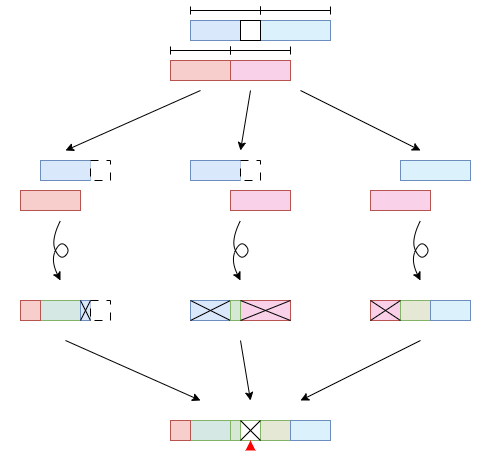
The draw.io diagram illustrations/leakage.png in tongyul/merge-parallel, before a commit. Source tidied: cells renumbered, new cells last; positions are measured from the earlier drawing's top-left corner, leaving out a move shared by most shapes. Its diagram source:
```xml
<mxGraphModel>
  <root>
    <mxCell id="0" />
    <mxCell id="1" parent="0" />
    <mxCell id="2" style="swimlane;startSize=0;fontColor=default;strokeColor=none;" parent="1" vertex="1">
      <mxGeometry x="150" width="200" height="90" as="geometry" />
    </mxCell>
    <mxCell id="3" style="rounded=0;whiteSpace=wrap;html=1;fillColor=#dae8fc;strokeColor=#6c8ebf;" parent="2" vertex="1">
      <mxGeometry x="40" y="20" width="50" height="20" as="geometry" />
    </mxCell>
    <mxCell id="4" style="rounded=0;whiteSpace=wrap;html=1;fillColor=#f8cecc;strokeColor=#b85450;" parent="2" vertex="1">
      <mxGeometry x="20" y="60" width="60" height="20" as="geometry" />
    </mxCell>
    <mxCell id="5" style="endArrow=baseDash;startArrow=baseDash;html=1;rounded=0;endFill=0;startFill=0;exitX=0.5;exitY=0;exitDx=0;exitDy=0;entryX=1;entryY=0;entryDx=0;entryDy=0;" parent="2" edge="1">
      <mxGeometry relative="1" as="geometry">
        <mxPoint x="110" y="10" as="sourcePoint" />
        <mxPoint x="180" y="10" as="targetPoint" />
      </mxGeometry>
    </mxCell>
    <mxCell id="6" style="endArrow=baseDash;startArrow=baseDash;html=1;rounded=0;endFill=0;startFill=0;exitX=0.5;exitY=0;exitDx=0;exitDy=0;entryX=1;entryY=0;entryDx=0;entryDy=0;" parent="2" edge="1">
      <mxGeometry relative="1" as="geometry">
        <mxPoint x="40" y="10" as="sourcePoint" />
        <mxPoint x="110" y="10" as="targetPoint" />
      </mxGeometry>
    </mxCell>
    <mxCell id="7" style="endArrow=baseDash;startArrow=baseDash;html=1;rounded=0;endFill=0;startFill=0;" parent="2" edge="1">
      <mxGeometry relative="1" as="geometry">
        <mxPoint x="80" y="50" as="sourcePoint" />
        <mxPoint x="140" y="50" as="targetPoint" />
      </mxGeometry>
    </mxCell>
    <mxCell id="8" style="endArrow=baseDash;startArrow=baseDash;html=1;rounded=0;endFill=0;startFill=0;exitX=0.5;exitY=0;exitDx=0;exitDy=0;" parent="2" edge="1">
      <mxGeometry relative="1" as="geometry">
        <mxPoint x="20" y="50" as="sourcePoint" />
        <mxPoint x="80" y="50" as="targetPoint" />
      </mxGeometry>
    </mxCell>
    <mxCell id="9" style="rounded=0;whiteSpace=wrap;html=1;fillColor=#DBF2FC;strokeColor=#6c8ebf;" parent="2" vertex="1">
      <mxGeometry x="110" y="20" width="70" height="20" as="geometry" />
    </mxCell>
    <mxCell id="10" style="rounded=0;whiteSpace=wrap;html=1;fillColor=#f9d2e9;strokeColor=#b85450;" parent="2" vertex="1">
      <mxGeometry x="80" y="60" width="60" height="20" as="geometry" />
    </mxCell>
    <mxCell id="11" style="rounded=0;whiteSpace=wrap;html=1;" parent="2" vertex="1">
      <mxGeometry x="90" y="20" width="20" height="20" as="geometry" />
    </mxCell>
    <mxCell id="12" style="swimlane;startSize=0;fontColor=default;strokeColor=none;" parent="1" vertex="1">
      <mxGeometry y="150" width="130" height="70" as="geometry" />
    </mxCell>
    <mxCell id="13" style="rounded=0;whiteSpace=wrap;html=1;fillColor=#dae8fc;strokeColor=#6c8ebf;" parent="12" vertex="1">
      <mxGeometry x="40" y="10" width="50" height="20" as="geometry" />
    </mxCell>
    <mxCell id="14" style="rounded=0;whiteSpace=wrap;html=1;fillColor=#f8cecc;strokeColor=#b85450;" parent="12" vertex="1">
      <mxGeometry x="20" y="40" width="60" height="20" as="geometry" />
    </mxCell>
    <mxCell id="15" style="rounded=0;whiteSpace=wrap;html=1;dashed=1;dashPattern=8 8;" parent="12" vertex="1">
      <mxGeometry x="90" y="10" width="20" height="20" as="geometry" />
    </mxCell>
    <mxCell id="16" style="swimlane;startSize=0;fontColor=default;strokeColor=none;" parent="1" vertex="1">
      <mxGeometry x="350" y="150" width="140" height="70" as="geometry" />
    </mxCell>
    <mxCell id="17" style="rounded=0;whiteSpace=wrap;html=1;fillColor=#dbf2fc;strokeColor=#6c8ebf;" parent="16" vertex="1">
      <mxGeometry x="50" y="10" width="70" height="20" as="geometry" />
    </mxCell>
    <mxCell id="18" style="rounded=0;whiteSpace=wrap;html=1;fillColor=#f9d1e9;strokeColor=#b85450;" parent="16" vertex="1">
      <mxGeometry x="20" y="40" width="60" height="20" as="geometry" />
    </mxCell>
    <mxCell id="19" style="endArrow=classic;html=1;rounded=0;exitX=0.25;exitY=1;exitDx=0;exitDy=0;entryX=0.5;entryY=0;entryDx=0;entryDy=0;" parent="1" edge="1" source="2" target="12">
      <mxGeometry relative="1" as="geometry" />
    </mxCell>
    <mxCell id="20" style="endArrow=classic;html=1;rounded=0;exitX=0.75;exitY=1;exitDx=0;exitDy=0;entryX=0.5;entryY=0;entryDx=0;entryDy=0;" parent="1" edge="1" source="2" target="16">
      <mxGeometry relative="1" as="geometry" />
    </mxCell>
    <mxCell id="21" style="swimlane;startSize=0;strokeColor=none;" parent="1" vertex="1">
      <mxGeometry y="280" width="130" height="60" as="geometry" />
    </mxCell>
    <mxCell id="22" style="rounded=0;whiteSpace=wrap;html=1;fillColor=#d5e8e4;strokeColor=#82b366;" parent="21" vertex="1">
      <mxGeometry x="40" y="20" width="40" height="20" as="geometry" />
    </mxCell>
    <mxCell id="23" style="rounded=0;whiteSpace=wrap;html=1;fillColor=#dae8fc;strokeColor=#6c8ebf;" parent="21" vertex="1">
      <mxGeometry x="80" y="20" width="10" height="20" as="geometry" />
    </mxCell>
    <mxCell id="24" style="rounded=0;whiteSpace=wrap;html=1;fillColor=#f8cecc;strokeColor=#b85450;" parent="21" vertex="1">
      <mxGeometry x="20" y="20" width="20" height="20" as="geometry" />
    </mxCell>
    <mxCell id="25" style="rounded=0;whiteSpace=wrap;html=1;dashed=1;dashPattern=8 8;" parent="21" vertex="1">
      <mxGeometry x="90" y="20" width="20" height="20" as="geometry" />
    </mxCell>
    <mxCell id="26" style="swimlane;startSize=0;strokeColor=none;" parent="1" vertex="1">
      <mxGeometry x="350" y="280" width="140" height="60" as="geometry" />
    </mxCell>
    <mxCell id="27" style="rounded=0;whiteSpace=wrap;html=1;fillColor=#fad0e9;strokeColor=#b85450;" parent="26" vertex="1">
      <mxGeometry x="20" y="20" width="30" height="20" as="geometry" />
    </mxCell>
    <mxCell id="28" style="rounded=0;whiteSpace=wrap;html=1;fillColor=#e5e8d4;strokeColor=#82b366;" parent="26" vertex="1">
      <mxGeometry x="50" y="20" width="30" height="20" as="geometry" />
    </mxCell>
    <mxCell id="29" style="group;" parent="26" vertex="1">
      <mxGeometry x="20" y="20" width="30" height="20" as="geometry" />
    </mxCell>
    <mxCell id="30" style="endArrow=none;html=1;rounded=0;entryX=0;entryY=0;entryDx=0;entryDy=0;exitX=1;exitY=0;exitDx=0;exitDy=0;" parent="29" edge="1">
      <mxGeometry relative="1" as="geometry">
        <mxPoint x="30" y="20" as="sourcePoint" />
        <mxPoint as="targetPoint" />
      </mxGeometry>
    </mxCell>
    <mxCell id="31" style="endArrow=none;html=1;rounded=0;entryX=1;entryY=0;entryDx=0;entryDy=0;exitX=0;exitY=0;exitDx=0;exitDy=0;" parent="29" edge="1">
      <mxGeometry relative="1" as="geometry">
        <mxPoint y="20" as="sourcePoint" />
        <mxPoint x="30" as="targetPoint" />
      </mxGeometry>
    </mxCell>
    <mxCell id="32" style="rounded=0;whiteSpace=wrap;html=1;fillColor=#dbf2fc;strokeColor=#6c8ebf;" parent="26" vertex="1">
      <mxGeometry x="80" y="20" width="40" height="20" as="geometry" />
    </mxCell>
    <mxCell id="33" style="curved=1;endArrow=classic;html=1;rounded=0;" parent="1" edge="1">
      <mxGeometry relative="1" as="geometry">
        <mxPoint x="60" y="220" as="sourcePoint" />
        <mxPoint x="60" y="280" as="targetPoint" />
        <Array as="points">
          <mxPoint x="50" y="240" />
          <mxPoint x="60" y="260" />
          <mxPoint x="70" y="250" />
          <mxPoint x="60" y="240" />
          <mxPoint x="50" y="260" />
        </Array>
      </mxGeometry>
    </mxCell>
    <mxCell id="34" style="curved=1;endArrow=classic;html=1;rounded=0;" parent="1" edge="1">
      <mxGeometry relative="1" as="geometry">
        <mxPoint x="420" y="220" as="sourcePoint" />
        <mxPoint x="420" y="280" as="targetPoint" />
        <Array as="points">
          <mxPoint x="410" y="240" />
          <mxPoint x="420" y="260" />
          <mxPoint x="430" y="250" />
          <mxPoint x="420" y="240" />
          <mxPoint x="410" y="260" />
        </Array>
      </mxGeometry>
    </mxCell>
    <mxCell id="35" style="swimlane;startSize=0;fontColor=default;strokeColor=none;" parent="1" vertex="1">
      <mxGeometry x="170" y="150" width="140" height="70" as="geometry" />
    </mxCell>
    <mxCell id="36" style="rounded=0;whiteSpace=wrap;html=1;fillColor=#dae8fc;strokeColor=#6c8ebf;" parent="35" vertex="1">
      <mxGeometry x="20" y="10" width="50" height="20" as="geometry" />
    </mxCell>
    <mxCell id="37" style="rounded=0;whiteSpace=wrap;html=1;fillColor=#f9d2e9;strokeColor=#b85450;" parent="35" vertex="1">
      <mxGeometry x="60" y="40" width="60" height="20" as="geometry" />
    </mxCell>
    <mxCell id="38" style="rounded=0;whiteSpace=wrap;html=1;dashed=1;dashPattern=8 8;" parent="35" vertex="1">
      <mxGeometry x="70" y="10" width="20" height="20" as="geometry" />
    </mxCell>
    <mxCell id="39" style="endArrow=classic;html=1;rounded=0;exitX=0.5;exitY=1;exitDx=0;exitDy=0;entryX=0.5;entryY=0;entryDx=0;entryDy=0;" parent="1" edge="1" source="2" target="35">
      <mxGeometry relative="1" as="geometry" />
    </mxCell>
    <mxCell id="40" style="swimlane;startSize=0;fontColor=default;strokeColor=none;" parent="1" vertex="1">
      <mxGeometry x="170" y="280" width="140" height="60" as="geometry" />
    </mxCell>
    <mxCell id="41" style="rounded=0;whiteSpace=wrap;html=1;fillColor=#dae8fc;strokeColor=#6c8ebf;" parent="40" vertex="1">
      <mxGeometry x="20" y="20" width="40" height="20" as="geometry" />
    </mxCell>
    <mxCell id="42" style="rounded=0;whiteSpace=wrap;html=1;fillColor=#f9d2e9;strokeColor=#b85450;" parent="40" vertex="1">
      <mxGeometry x="70" y="20" width="50" height="20" as="geometry" />
    </mxCell>
    <mxCell id="43" style="group;" parent="40" vertex="1">
      <mxGeometry x="20" y="20" width="40" height="20" as="geometry" />
    </mxCell>
    <mxCell id="44" style="endArrow=none;html=1;rounded=0;entryX=0;entryY=0;entryDx=0;entryDy=0;exitX=1;exitY=0;exitDx=0;exitDy=0;" parent="43" edge="1">
      <mxGeometry relative="1" as="geometry">
        <mxPoint x="40" y="20" as="sourcePoint" />
        <mxPoint as="targetPoint" />
      </mxGeometry>
    </mxCell>
    <mxCell id="45" style="endArrow=none;html=1;rounded=0;entryX=1;entryY=0;entryDx=0;entryDy=0;exitX=0;exitY=0;exitDx=0;exitDy=0;" parent="43" edge="1">
      <mxGeometry relative="1" as="geometry">
        <mxPoint y="20" as="sourcePoint" />
        <mxPoint x="40" as="targetPoint" />
      </mxGeometry>
    </mxCell>
    <mxCell id="46" style="rounded=0;whiteSpace=wrap;html=1;fillColor=#d5e8d4;strokeColor=#82b366;" parent="1" vertex="1">
      <mxGeometry x="230" y="300" width="10" height="20" as="geometry" />
    </mxCell>
    <mxCell id="47" style="curved=1;endArrow=classic;html=1;rounded=0;" parent="1" edge="1">
      <mxGeometry relative="1" as="geometry">
        <mxPoint x="240" y="220" as="sourcePoint" />
        <mxPoint x="240" y="280" as="targetPoint" />
        <Array as="points">
          <mxPoint x="230" y="240" />
          <mxPoint x="240" y="260" />
          <mxPoint x="250" y="250" />
          <mxPoint x="240" y="240" />
          <mxPoint x="230" y="260" />
        </Array>
      </mxGeometry>
    </mxCell>
    <mxCell id="48" style="swimlane;startSize=0;strokeColor=none;" parent="1" vertex="1">
      <mxGeometry x="150" y="400" width="200" height="60" as="geometry" />
    </mxCell>
    <mxCell id="49" style="rounded=0;whiteSpace=wrap;html=1;fillColor=#d6e8e4;strokeColor=#82b366;" parent="48" vertex="1">
      <mxGeometry x="40" y="20" width="40" height="20" as="geometry" />
    </mxCell>
    <mxCell id="50" style="rounded=0;whiteSpace=wrap;html=1;fillColor=#d5e8d4;strokeColor=#82b366;" parent="48" vertex="1">
      <mxGeometry x="80" y="20" width="10" height="20" as="geometry" />
    </mxCell>
    <mxCell id="51" style="rounded=0;whiteSpace=wrap;html=1;fillColor=#e5e8d4;strokeColor=#82b366;" parent="48" vertex="1">
      <mxGeometry x="110" y="20" width="30" height="20" as="geometry" />
    </mxCell>
    <mxCell id="52" style="rounded=0;whiteSpace=wrap;html=1;fillColor=#dbf2fc;strokeColor=#6c8ebf;" parent="48" vertex="1">
      <mxGeometry x="140" y="20" width="40" height="20" as="geometry" />
    </mxCell>
    <mxCell id="53" style="rounded=0;whiteSpace=wrap;html=1;fillColor=#f8cecc;strokeColor=#b85450;" parent="48" vertex="1">
      <mxGeometry x="20" y="20" width="20" height="20" as="geometry" />
    </mxCell>
    <mxCell id="54" style="rounded=0;whiteSpace=wrap;html=1;fillColor=#FFFFFF;strokeColor=#82b366;" parent="48" vertex="1">
      <mxGeometry x="90" y="20" width="20" height="20" as="geometry" />
    </mxCell>
    <mxCell id="55" style="triangle;whiteSpace=wrap;html=1;rotation=-90;strokeColor=none;fillColor=#FF0000;" parent="48" vertex="1">
      <mxGeometry x="95" y="40" width="10" height="10" as="geometry" />
    </mxCell>
    <mxCell id="56" style="group;" parent="48" vertex="1">
      <mxGeometry x="90" y="20" width="20" height="20" as="geometry" />
    </mxCell>
    <mxCell id="57" style="endArrow=none;html=1;rounded=0;entryX=0;entryY=0;entryDx=0;entryDy=0;exitX=1;exitY=0;exitDx=0;exitDy=0;" parent="56" edge="1">
      <mxGeometry relative="1" as="geometry">
        <mxPoint x="20" y="20" as="sourcePoint" />
        <mxPoint as="targetPoint" />
      </mxGeometry>
    </mxCell>
    <mxCell id="58" style="endArrow=none;html=1;rounded=0;entryX=1;entryY=0;entryDx=0;entryDy=0;exitX=0;exitY=0;exitDx=0;exitDy=0;" parent="56" edge="1">
      <mxGeometry relative="1" as="geometry">
        <mxPoint y="20" as="sourcePoint" />
        <mxPoint x="20" as="targetPoint" />
      </mxGeometry>
    </mxCell>
    <mxCell id="59" style="endArrow=classic;html=1;rounded=0;exitX=0.5;exitY=1;exitDx=0;exitDy=0;entryX=0.25;entryY=0;entryDx=0;entryDy=0;" parent="1" edge="1" source="21" target="48">
      <mxGeometry relative="1" as="geometry" />
    </mxCell>
    <mxCell id="60" style="endArrow=classic;html=1;rounded=0;exitX=0.5;exitY=1;exitDx=0;exitDy=0;entryX=0.5;entryY=0;entryDx=0;entryDy=0;" parent="1" edge="1" source="40" target="48">
      <mxGeometry relative="1" as="geometry" />
    </mxCell>
    <mxCell id="61" style="endArrow=classic;html=1;rounded=0;exitX=0.5;exitY=1;exitDx=0;exitDy=0;entryX=0.75;entryY=0;entryDx=0;entryDy=0;" parent="1" edge="1" source="26" target="48">
      <mxGeometry relative="1" as="geometry" />
    </mxCell>
    <mxCell id="62" style="group;" parent="1" vertex="1">
      <mxGeometry x="240" y="300" width="50" height="20" as="geometry" />
    </mxCell>
    <mxCell id="63" style="endArrow=none;html=1;rounded=0;entryX=0;entryY=0;entryDx=0;entryDy=0;exitX=1;exitY=0;exitDx=0;exitDy=0;" parent="62" edge="1">
      <mxGeometry relative="1" as="geometry">
        <mxPoint x="50" y="20" as="sourcePoint" />
        <mxPoint as="targetPoint" />
      </mxGeometry>
    </mxCell>
    <mxCell id="64" style="endArrow=none;html=1;rounded=0;entryX=1;entryY=0;entryDx=0;entryDy=0;exitX=0;exitY=0;exitDx=0;exitDy=0;" parent="62" edge="1">
      <mxGeometry relative="1" as="geometry">
        <mxPoint y="20" as="sourcePoint" />
        <mxPoint x="50" as="targetPoint" />
      </mxGeometry>
    </mxCell>
    <mxCell id="65" style="group;" parent="1" vertex="1">
      <mxGeometry x="80" y="300" width="10" height="20" as="geometry" />
    </mxCell>
    <mxCell id="66" style="endArrow=none;html=1;rounded=0;entryX=0;entryY=0;entryDx=0;entryDy=0;" parent="65" edge="1">
      <mxGeometry relative="1" as="geometry">
        <mxPoint x="10" y="20" as="sourcePoint" />
        <mxPoint as="targetPoint" />
      </mxGeometry>
    </mxCell>
    <mxCell id="67" style="endArrow=none;html=1;rounded=0;entryX=1;entryY=0;entryDx=0;entryDy=0;exitX=0;exitY=0;exitDx=0;exitDy=0;" parent="65" edge="1">
      <mxGeometry relative="1" as="geometry">
        <mxPoint y="20" as="sourcePoint" />
        <mxPoint x="10" as="targetPoint" />
      </mxGeometry>
    </mxCell>
  </root>
</mxGraphModel>
```
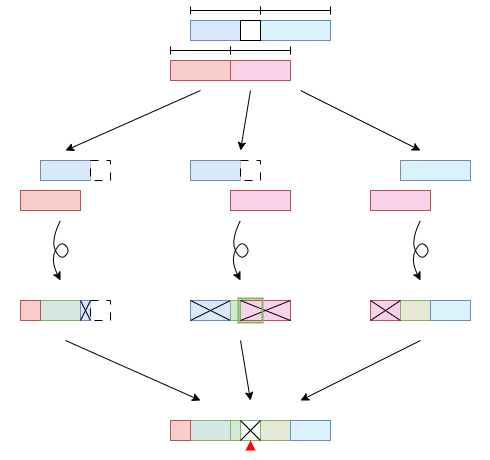
Above is the later version.

Commit message:
Update leakage diagram

What changed in the source:
```diff
@@ -243,7 +243,7 @@
       <mxGeometry relative="1" as="geometry" />
     </mxCell>
     <mxCell id="62" style="group;" parent="1" vertex="1">
-      <mxGeometry x="240" y="300" width="50" height="20" as="geometry" />
+      <mxGeometry x="240" y="300" width="50" height="24" as="geometry" />
     </mxCell>
     <mxCell id="63" style="endArrow=none;html=1;rounded=0;entryX=0;entryY=0;entryDx=0;entryDy=0;exitX=1;exitY=0;exitDx=0;exitDy=0;" parent="62" edge="1">
       <mxGeometry relative="1" as="geometry">
@@ -257,6 +257,9 @@
         <mxPoint x="50" as="targetPoint" />
       </mxGeometry>
     </mxCell>
+    <mxCell id="68" style="rounded=0;whiteSpace=wrap;html=1;fillColor=none;strokeColor=#82b366;strokeWidth=2;" parent="62" vertex="1">
+      <mxGeometry x="-2" y="-2" width="24" height="24" as="geometry" />
+    </mxCell>
     <mxCell id="65" style="group;" parent="1" vertex="1">
       <mxGeometry x="80" y="300" width="10" height="20" as="geometry" />
     </mxCell>
```
